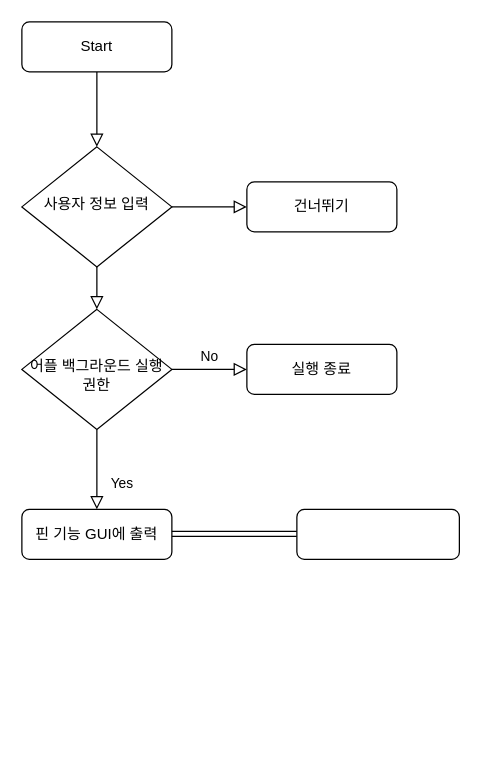
rego7624/Ned_Portfolio_as_a_Data_Scientist keeps this draw.io diagram as User Flow (bookmarking service).drawio. Above is the earlier version. Source tidied: cells renumbered, new cells numbered last; positions are measured from the earlier drawing's top-left corner, leaving out a move shared by most shapes. Both pictures are drawn from the tidied source at 125%, with x=0, y=0 at pixel (21, 21).
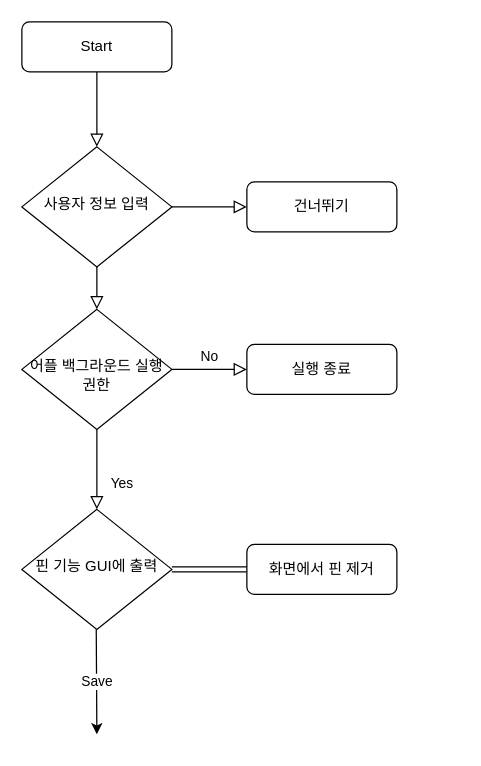
Above is the later version.

Diff of the diagram source:
```diff
@@
 <mxGraphModel>
   <root>
     <mxCell id="0" />
     <mxCell id="1" parent="0" />
     <mxCell id="2" style="rounded=0;html=1;jettySize=auto;fontSize=11;endArrow=block;endFill=0;endSize=8;strokeWidth=1;shadow=0;labelBackgroundColor=none;edgeStyle=orthogonalEdgeStyle;" parent="1" edge="1" source="3" target="6">
       <mxGeometry relative="1" as="geometry" />
     </mxCell>
     <mxCell id="3" value="Start" style="rounded=1;whiteSpace=wrap;html=1;fontSize=12;glass=0;strokeWidth=1;shadow=0;" parent="1" vertex="1">
       <mxGeometry width="120" height="40" as="geometry" />
     </mxCell>
     <mxCell id="4" style="rounded=0;html=1;jettySize=auto;fontSize=11;endArrow=block;endFill=0;endSize=8;strokeWidth=1;shadow=0;labelBackgroundColor=none;edgeStyle=orthogonalEdgeStyle;" parent="1" edge="1" source="6" target="10">
       <mxGeometry y="20" relative="1" as="geometry" />
     </mxCell>
     <mxCell id="5" style="edgeStyle=orthogonalEdgeStyle;rounded=0;html=1;jettySize=auto;fontSize=11;endArrow=block;endFill=0;endSize=8;strokeWidth=1;shadow=0;labelBackgroundColor=none;" parent="1" edge="1" source="6" target="7">
       <mxGeometry y="10" relative="1" as="geometry" />
     </mxCell>
     <mxCell id="6" value="사용자 정보 입력" style="rhombus;whiteSpace=wrap;html=1;shadow=0;fontFamily=Helvetica;fontSize=12;align=center;strokeWidth=1;spacing=6;spacingTop=-4;" parent="1" vertex="1">
       <mxGeometry y="100" width="120" height="96" as="geometry" />
     </mxCell>
     <mxCell id="7" value="건너뛰기" style="rounded=1;whiteSpace=wrap;html=1;fontSize=12;glass=0;strokeWidth=1;shadow=0;" parent="1" vertex="1">
       <mxGeometry x="180" y="128" width="120" height="40" as="geometry" />
     </mxCell>
-    <mxCell id="8" value="Yes" style="rounded=0;html=1;jettySize=auto;fontSize=11;endArrow=block;endFill=0;endSize=8;strokeWidth=1;shadow=0;labelBackgroundColor=none;edgeStyle=orthogonalEdgeStyle;" parent="1" edge="1" source="10" target="11">
-      <mxGeometry x="0.33" y="20" relative="1" as="geometry" />
+    <mxCell id="8" value="Yes" style="rounded=0;html=1;jettySize=auto;fontSize=11;endArrow=block;endFill=0;endSize=8;strokeWidth=1;shadow=0;labelBackgroundColor=none;edgeStyle=orthogonalEdgeStyle;" parent="1" edge="1" source="10">
+      <mxGeometry x="0.33" y="20" relative="1" as="geometry">
+        <mxPoint x="60" y="390" as="targetPoint" />
+      </mxGeometry>
     </mxCell>
     <mxCell id="9" value="No" style="edgeStyle=orthogonalEdgeStyle;rounded=0;html=1;jettySize=auto;fontSize=11;endArrow=block;endFill=0;endSize=8;strokeWidth=1;shadow=0;labelBackgroundColor=none;" parent="1" edge="1" source="10" target="12">
       <mxGeometry y="10" relative="1" as="geometry" />
     </mxCell>
     <mxCell id="10" value="&lt;br&gt;어플 백그라운드 실행 권한" style="rhombus;whiteSpace=wrap;html=1;shadow=0;fontFamily=Helvetica;fontSize=12;align=center;strokeWidth=1;spacing=6;spacingTop=-4;" parent="1" vertex="1">
       <mxGeometry y="230" width="120" height="96" as="geometry" />
     </mxCell>
+    <mxCell id="12" value="실행 종료" style="rounded=1;whiteSpace=wrap;html=1;fontSize=12;glass=0;strokeWidth=1;shadow=0;" parent="1" vertex="1">
+      <mxGeometry x="180" y="258" width="120" height="40" as="geometry" />
+    </mxCell>
-    <mxCell id="11" value="핀 기능 GUI에 출력" style="rounded=1;whiteSpace=wrap;html=1;fontSize=12;glass=0;strokeWidth=1;shadow=0;" parent="1" vertex="1">
-      <mxGeometry y="390" width="120" height="40" as="geometry" />
+    <mxCell id="11" value="핀 기능 GUI에 출력" style="rhombus;whiteSpace=wrap;html=1;shadow=0;fontFamily=Helvetica;fontSize=12;align=center;strokeWidth=1;spacing=6;spacingTop=-4;" parent="1" vertex="1">
+      <mxGeometry y="390" width="120" height="96" as="geometry" />
     </mxCell>
-    <mxCell id="12" value="실행 종료" style="rounded=1;whiteSpace=wrap;html=1;fontSize=12;glass=0;strokeWidth=1;shadow=0;" parent="1" vertex="1">
-      <mxGeometry x="180" y="258" width="120" height="40" as="geometry" />
-    </mxCell>
-    <mxCell id="13" style="shape=link;html=1;" parent="1" edge="1">
-      <mxGeometry relative="1" as="geometry">
-        <mxPoint x="120" y="409.5" as="sourcePoint" />
-        <mxPoint x="220" y="409.5" as="targetPoint" />
-      </mxGeometry>
-    </mxCell>
-    <mxCell id="14" style="rounded=1;whiteSpace=wrap;html=1;" parent="1" vertex="1">
-      <mxGeometry x="220" y="390" width="130" height="40" as="geometry" />
-    </mxCell>
+    <mxCell id="15" style="shape=link;html=1;" parent="1" edge="1">
+      <mxGeometry relative="1" as="geometry">
+        <mxPoint x="120" y="438" as="sourcePoint" />
+        <mxPoint x="180" y="438" as="targetPoint" />
+      </mxGeometry>
+    </mxCell>
+    <mxCell id="16" value="화면에서 핀 제거" style="rounded=1;whiteSpace=wrap;html=1;fontSize=12;glass=0;strokeWidth=1;shadow=0;" parent="1" vertex="1">
+      <mxGeometry x="180" y="418" width="120" height="40" as="geometry" />
+    </mxCell>
+    <mxCell id="17" style="endArrow=classic;html=1;" parent="1" edge="1">
+      <mxGeometry relative="1" as="geometry">
+        <mxPoint x="59.5" y="486" as="sourcePoint" />
+        <mxPoint x="60" y="570" as="targetPoint" />
+      </mxGeometry>
+    </mxCell>
+    <mxCell id="18" value="Save" style="edgeLabel;html=1;align=center;verticalAlign=middle;" parent="17" vertex="1">
+      <mxGeometry relative="1" as="geometry" />
+    </mxCell>
   </root>
 </mxGraphModel>
```
